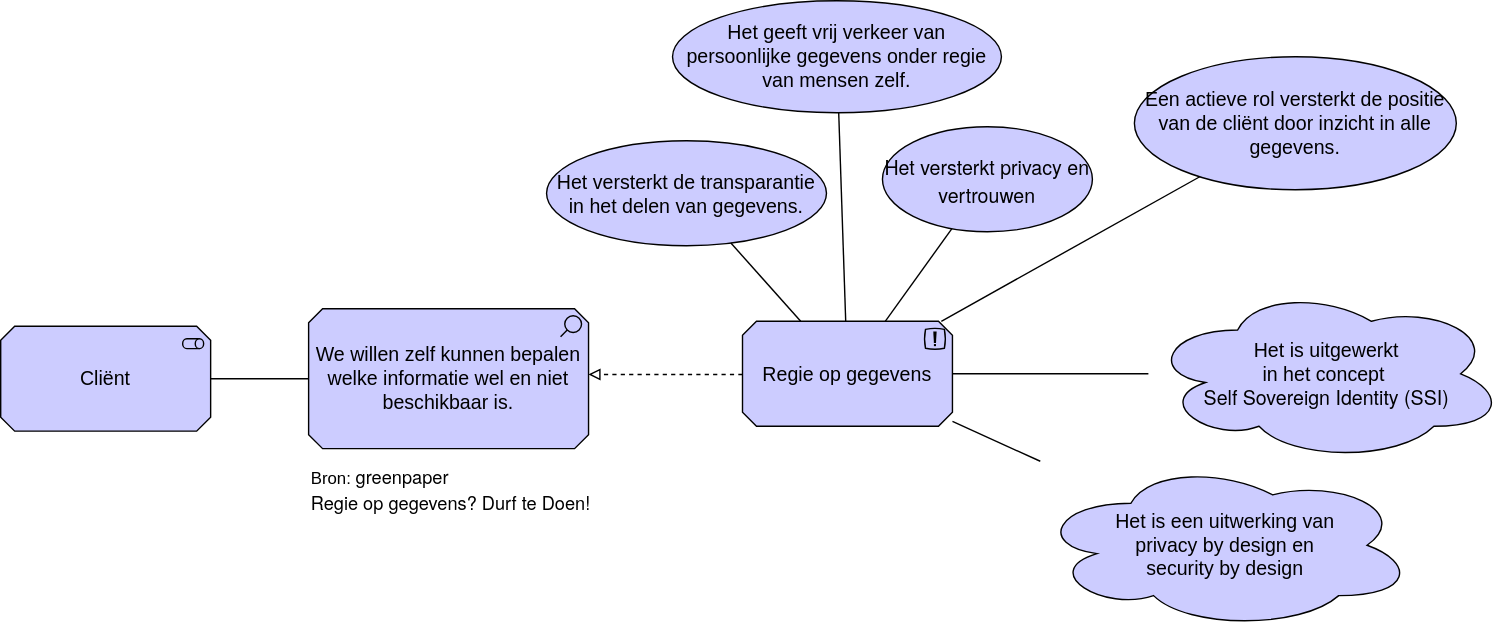
Before: .gitbook/assets/motivation/datacontrol.svg, a diagram exported from draw.io (dizra/docs). Source tidied: cells renumbered, new cells last; positions are measured from the earlier drawing's top-left corner, leaving out a move shared by most shapes.
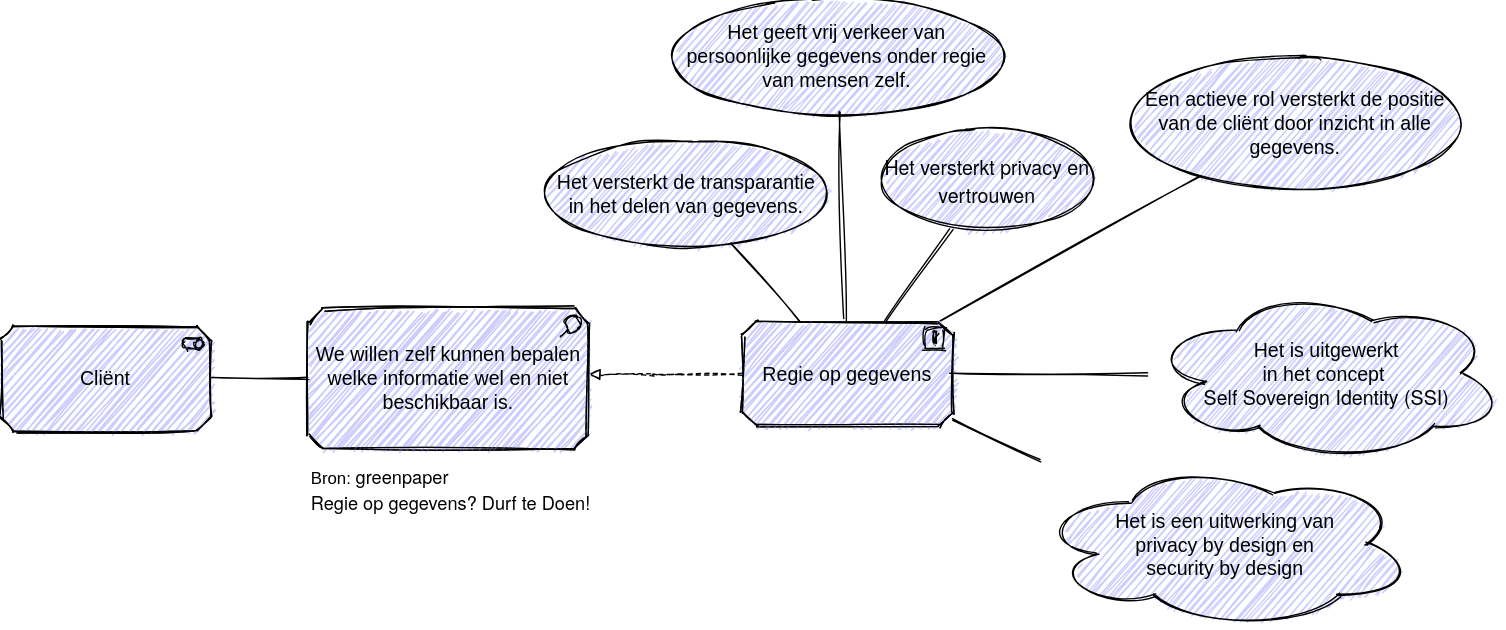
Above is the later version.

Diff of the diagram source:
```diff
@@ -2,58 +2,58 @@
   <root>
     <mxCell id="0" />
     <mxCell id="1" parent="0" />
-    <mxCell id="2" value="Regie op gegevens" style="html=1;outlineConnect=0;whiteSpace=wrap;fillColor=#CCCCFF;shape=mxgraph.archimate3.application;appType=principle;archiType=oct;strokeColor=#000000;fontSize=14;fontColor=#000000;" parent="1" vertex="1">
+    <mxCell id="2" value="Regie op gegevens" style="html=1;outlineConnect=0;whiteSpace=wrap;fillColor=#CCCCFF;shape=mxgraph.archimate3.application;appType=principle;archiType=oct;strokeColor=#000000;fontSize=14;fontColor=#000000;sketch=1;" parent="1" vertex="1">
       <mxGeometry x="530" y="229" width="150" height="75" as="geometry" />
     </mxCell>
-    <mxCell id="3" value="Het versterkt de transparantie in het delen van gegevens." style="shape=ellipse;html=1;whiteSpace=wrap;fillColor=#CCCCFF;perimeter=ellipsePerimeter;strokeColor=#000000;fontSize=14;fontColor=#000000;" parent="1" vertex="1">
+    <mxCell id="3" value="Het versterkt de transparantie in het delen van gegevens." style="shape=ellipse;html=1;whiteSpace=wrap;fillColor=#CCCCFF;perimeter=ellipsePerimeter;strokeColor=#000000;fontSize=14;fontColor=#000000;sketch=1;" parent="1" vertex="1">
       <mxGeometry x="390" y="100" width="200" height="75" as="geometry" />
     </mxCell>
-    <mxCell id="4" style="endArrow=none;html=1;fontSize=14;" parent="1" edge="1" source="2" target="3">
+    <mxCell id="4" style="endArrow=none;html=1;fontSize=14;sketch=1;" parent="1" edge="1" source="2" target="3">
       <mxGeometry relative="1" as="geometry" />
     </mxCell>
-    <mxCell id="5" value="&lt;span style=&quot;font-style: normal ; font-weight: normal ; letter-spacing: normal ; text-indent: 0px ; text-transform: none ; word-spacing: 0px ; text-decoration: none ; font-size: 14px&quot;&gt;Het geeft vrij verkeer van persoonlijke gegevens onder regie van mensen zelf.&lt;/span&gt;" style="shape=ellipse;html=1;whiteSpace=wrap;fillColor=#CCCCFF;perimeter=ellipsePerimeter;strokeColor=#000000;fontSize=14;fontColor=#000000;" parent="1" vertex="1">
+    <mxCell id="5" value="&lt;span style=&quot;font-style: normal ; font-weight: normal ; letter-spacing: normal ; text-indent: 0px ; text-transform: none ; word-spacing: 0px ; text-decoration: none ; font-size: 14px&quot;&gt;Het geeft vrij verkeer van persoonlijke gegevens onder regie van mensen zelf.&lt;/span&gt;" style="shape=ellipse;html=1;whiteSpace=wrap;fillColor=#CCCCFF;perimeter=ellipsePerimeter;strokeColor=#000000;fontSize=14;fontColor=#000000;sketch=1;" parent="1" vertex="1">
       <mxGeometry x="480" width="235" height="80" as="geometry" />
     </mxCell>
-    <mxCell id="6" style="endArrow=none;html=1;fontSize=14;" parent="1" edge="1" source="2" target="5">
+    <mxCell id="6" style="endArrow=none;html=1;fontSize=14;sketch=1;" parent="1" edge="1" source="2" target="5">
       <mxGeometry relative="1" as="geometry" />
     </mxCell>
-    <mxCell id="7" value="&lt;p class=&quot;p1&quot; style=&quot;margin: 0px ; font-stretch: normal ; font-size: 14px ; line-height: normal ; font-family: &amp;#34;helvetica neue&amp;#34;&quot;&gt;Het versterkt privacy en vertrouwen&lt;/p&gt;" style="shape=ellipse;html=1;whiteSpace=wrap;fillColor=#CCCCFF;perimeter=ellipsePerimeter;strokeColor=#000000;fontSize=14;fontColor=#000000;" parent="1" vertex="1">
+    <mxCell id="7" value="&lt;p class=&quot;p1&quot; style=&quot;margin: 0px ; font-stretch: normal ; font-size: 14px ; line-height: normal ; font-family: &amp;#34;helvetica neue&amp;#34;&quot;&gt;Het versterkt privacy en vertrouwen&lt;/p&gt;" style="shape=ellipse;html=1;whiteSpace=wrap;fillColor=#CCCCFF;perimeter=ellipsePerimeter;strokeColor=#000000;fontSize=14;fontColor=#000000;sketch=1;" parent="1" vertex="1">
       <mxGeometry x="630" y="90" width="150" height="75" as="geometry" />
     </mxCell>
-    <mxCell id="8" style="endArrow=none;html=1;fontSize=14;" parent="1" edge="1" source="2" target="7">
+    <mxCell id="8" style="endArrow=none;html=1;fontSize=14;sketch=1;" parent="1" edge="1" source="2" target="7">
       <mxGeometry relative="1" as="geometry" />
     </mxCell>
-    <mxCell id="9" value="Een actieve rol versterkt de positie van de cliënt door inzicht in alle gegevens." style="shape=ellipse;html=1;whiteSpace=wrap;fillColor=#CCCCFF;perimeter=ellipsePerimeter;strokeColor=#000000;fontSize=14;fontColor=#000000;" parent="1" vertex="1">
+    <mxCell id="9" value="Een actieve rol versterkt de positie van de cliënt door inzicht in alle gegevens." style="shape=ellipse;html=1;whiteSpace=wrap;fillColor=#CCCCFF;perimeter=ellipsePerimeter;strokeColor=#000000;fontSize=14;fontColor=#000000;sketch=1;" parent="1" vertex="1">
       <mxGeometry x="810" y="40" width="230" height="95" as="geometry" />
     </mxCell>
-    <mxCell id="10" style="endArrow=none;html=1;fontSize=14;" parent="1" edge="1" source="9" target="2">
+    <mxCell id="10" style="endArrow=none;html=1;fontSize=14;sketch=1;" parent="1" edge="1" source="9" target="2">
       <mxGeometry relative="1" as="geometry" />
     </mxCell>
-    <mxCell id="11" value="Het is een uitwerking van &lt;br style=&quot;font-size: 14px;&quot;&gt;privacy by design en &lt;br style=&quot;font-size: 14px;&quot;&gt;security by design" style="shape=cloud;html=1;whiteSpace=wrap;fillColor=#CCCCFF;strokeColor=#000000;fontSize=14;fontColor=#000000;" parent="1" vertex="1">
+    <mxCell id="11" value="Het is een uitwerking van &lt;br style=&quot;font-size: 14px;&quot;&gt;privacy by design en &lt;br style=&quot;font-size: 14px;&quot;&gt;security by design" style="shape=cloud;html=1;whiteSpace=wrap;fillColor=#CCCCFF;strokeColor=#000000;fontSize=14;fontColor=#000000;sketch=1;" parent="1" vertex="1">
       <mxGeometry x="740" y="329" width="270" height="120" as="geometry" />
     </mxCell>
-    <mxCell id="12" style="endArrow=none;html=1;fontSize=14;" parent="1" edge="1" source="2" target="11">
+    <mxCell id="12" style="endArrow=none;html=1;fontSize=14;sketch=1;" parent="1" edge="1" source="2" target="11">
       <mxGeometry relative="1" as="geometry" />
     </mxCell>
-    <mxCell id="13" style="edgeStyle=elbowEdgeStyle;html=1;endArrow=block;elbow=vertical;endFill=0;dashed=1;" parent="1" edge="1" source="2" target="19">
+    <mxCell id="13" style="edgeStyle=elbowEdgeStyle;html=1;endArrow=block;elbow=vertical;endFill=0;dashed=1;sketch=1;" parent="1" edge="1" source="2" target="19">
       <mxGeometry relative="1" as="geometry" />
     </mxCell>
-    <mxCell id="14" value="Cliënt" style="html=1;outlineConnect=0;whiteSpace=wrap;fillColor=#CCCCFF;shape=mxgraph.archimate3.application;appType=role;archiType=oct;strokeColor=#000000;fontSize=14;fontColor=#000000;" parent="1" vertex="1">
+    <mxCell id="14" value="Cliënt" style="html=1;outlineConnect=0;whiteSpace=wrap;fillColor=#CCCCFF;shape=mxgraph.archimate3.application;appType=role;archiType=oct;strokeColor=#000000;fontSize=14;fontColor=#000000;sketch=1;" parent="1" vertex="1">
       <mxGeometry y="232.5" width="150" height="75" as="geometry" />
     </mxCell>
-    <mxCell id="15" style="endArrow=none;html=1;" parent="1" edge="1" source="19" target="14">
+    <mxCell id="15" style="endArrow=none;html=1;sketch=1;" parent="1" edge="1" source="19" target="14">
       <mxGeometry relative="1" as="geometry" />
     </mxCell>
-    <mxCell id="16" value="Bron:&amp;nbsp;&lt;span style=&quot;font-family: &amp;quot;helvetica neue&amp;quot; ; font-size: 13px&quot;&gt;greenpaper&lt;/span&gt;&lt;span class=&quot;Apple-converted-space&quot; style=&quot;font-family: &amp;quot;helvetica neue&amp;quot; ; font-size: 13px&quot;&gt;&amp;nbsp;&lt;/span&gt;&lt;p class=&quot;p1&quot; style=&quot;margin: 0px ; font-stretch: normal ; font-size: 13px ; line-height: normal ; font-family: &amp;quot;helvetica neue&amp;quot;&quot;&gt;&lt;span&gt;Regie op gegevens? Durf te Doen!&lt;span class=&quot;Apple-converted-space&quot;&gt;&amp;nbsp;&lt;/span&gt;&lt;/span&gt;&lt;/p&gt;" style="text;html=1;strokeColor=none;fillColor=none;align=left;verticalAlign=middle;whiteSpace=wrap;rounded=0;fontStyle=0;" parent="1" vertex="1">
+    <mxCell id="16" value="Bron:&amp;nbsp;&lt;span style=&quot;font-family: &amp;quot;helvetica neue&amp;quot; ; font-size: 13px&quot;&gt;greenpaper&lt;/span&gt;&lt;span class=&quot;Apple-converted-space&quot; style=&quot;font-family: &amp;quot;helvetica neue&amp;quot; ; font-size: 13px&quot;&gt;&amp;nbsp;&lt;/span&gt;&lt;p class=&quot;p1&quot; style=&quot;margin: 0px ; font-stretch: normal ; font-size: 13px ; line-height: normal ; font-family: &amp;quot;helvetica neue&amp;quot;&quot;&gt;&lt;span&gt;Regie op gegevens? Durf te Doen!&lt;span class=&quot;Apple-converted-space&quot;&gt;&amp;nbsp;&lt;/span&gt;&lt;/span&gt;&lt;/p&gt;" style="text;html=1;strokeColor=none;fillColor=none;align=left;verticalAlign=middle;whiteSpace=wrap;rounded=0;fontStyle=0;sketch=1;" parent="1" vertex="1">
       <mxGeometry x="220" y="340" width="350" height="20" as="geometry" />
     </mxCell>
-    <mxCell id="17" value="Het is uitgewerkt &lt;br style=&quot;font-size: 14px;&quot;&gt;in het concept&amp;nbsp;&lt;br style=&quot;font-size: 14px;&quot;&gt;&lt;span style=&quot;font-family: &amp;quot;helvetica neue&amp;quot;; font-size: 14px;&quot;&gt;Self Sovereign Identity (SSI)&lt;/span&gt;" style="shape=cloud;html=1;whiteSpace=wrap;fillColor=#CCCCFF;align=center;strokeColor=#000000;fontSize=14;fontColor=#000000;" parent="1" vertex="1">
+    <mxCell id="17" value="Het is uitgewerkt &lt;br style=&quot;font-size: 14px;&quot;&gt;in het concept&amp;nbsp;&lt;br style=&quot;font-size: 14px;&quot;&gt;&lt;span style=&quot;font-family: &amp;quot;helvetica neue&amp;quot;; font-size: 14px;&quot;&gt;Self Sovereign Identity (SSI)&lt;/span&gt;" style="shape=cloud;html=1;whiteSpace=wrap;fillColor=#CCCCFF;align=center;strokeColor=#000000;fontSize=14;fontColor=#000000;sketch=1;" parent="1" vertex="1">
       <mxGeometry x="820" y="204" width="255" height="125" as="geometry" />
     </mxCell>
-    <mxCell id="18" style="endArrow=none;html=1;fontSize=14;" parent="1" edge="1" source="2" target="17">
+    <mxCell id="18" style="endArrow=none;html=1;fontSize=14;sketch=1;" parent="1" edge="1" source="2" target="17">
       <mxGeometry relative="1" as="geometry" />
     </mxCell>
-    <mxCell id="19" value="&lt;span style=&quot;font-family: &amp;#34;helvetica&amp;#34; ; font-size: 14px ; font-style: normal ; font-weight: 400 ; letter-spacing: normal ; text-align: center ; text-indent: 0px ; text-transform: none ; word-spacing: 0px ; display: inline ; float: none&quot;&gt;We willen zelf kunnen bepalen welke informatie wel en niet beschikbaar is.&lt;/span&gt;" style="html=1;outlineConnect=0;whiteSpace=wrap;fillColor=#CCCCFF;shape=mxgraph.archimate3.application;appType=assess;archiType=oct;strokeColor=#000000;fontColor=#000000;fontSize=14;" parent="1" vertex="1">
+    <mxCell id="19" value="&lt;span style=&quot;font-family: &amp;#34;helvetica&amp;#34; ; font-size: 14px ; font-style: normal ; font-weight: 400 ; letter-spacing: normal ; text-align: center ; text-indent: 0px ; text-transform: none ; word-spacing: 0px ; display: inline ; float: none&quot;&gt;We willen zelf kunnen bepalen welke informatie wel en niet beschikbaar is.&lt;/span&gt;" style="html=1;outlineConnect=0;whiteSpace=wrap;fillColor=#CCCCFF;shape=mxgraph.archimate3.application;appType=assess;archiType=oct;strokeColor=#000000;fontColor=#000000;fontSize=14;sketch=1;" parent="1" vertex="1">
       <mxGeometry x="220" y="220" width="200" height="100" as="geometry" />
     </mxCell>
   </root>
```
